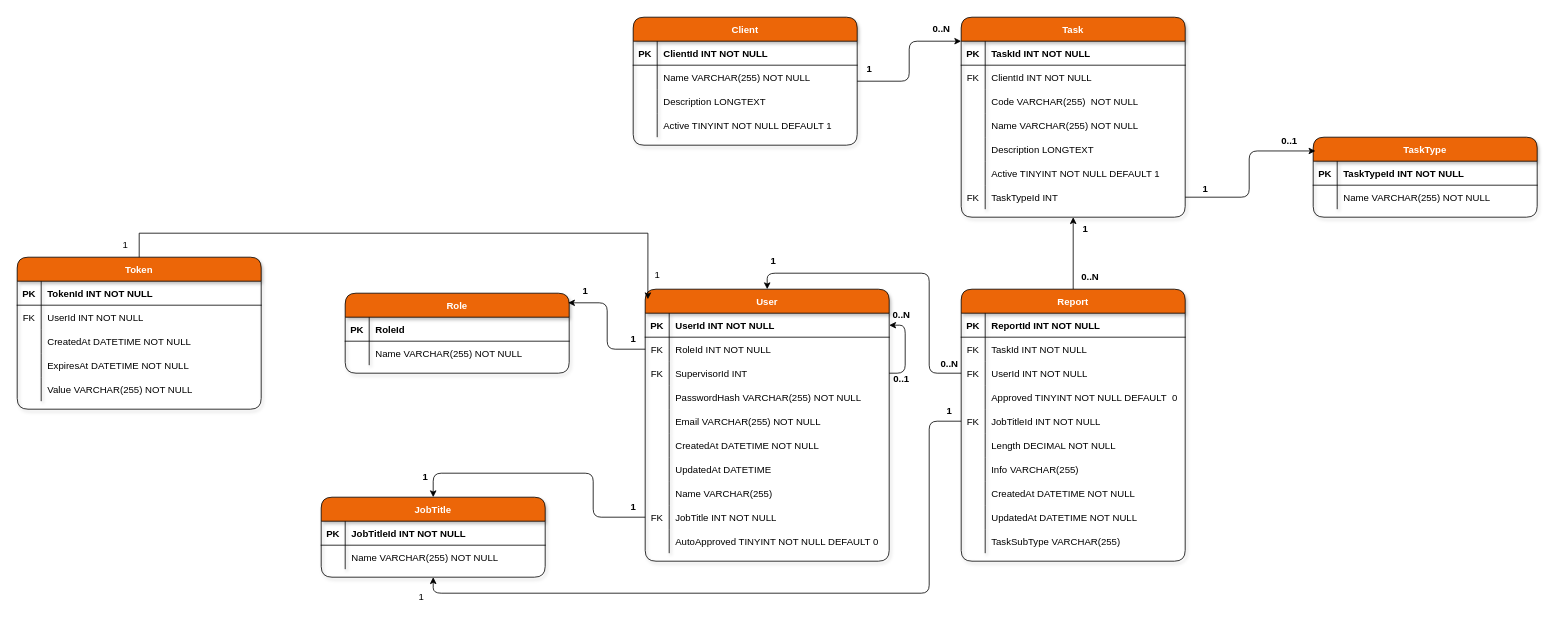
Before: Documentation/DatabaseScheme/vykazovnik_db_scheme.drawio in pslib-cz/MP2024-25_Kraus-Ivan_Navrh-a-tvorba-firemni-aplikace-pro-vykazy, a draw.io diagram. Source tidied: cells renumbered, new cells numbered last; positions are measured from the earlier drawing's top-left corner, leaving out a move shared by most shapes. Both pictures are drawn from the tidied source at 80%, with x=0, y=0 at pixel (17, 17).
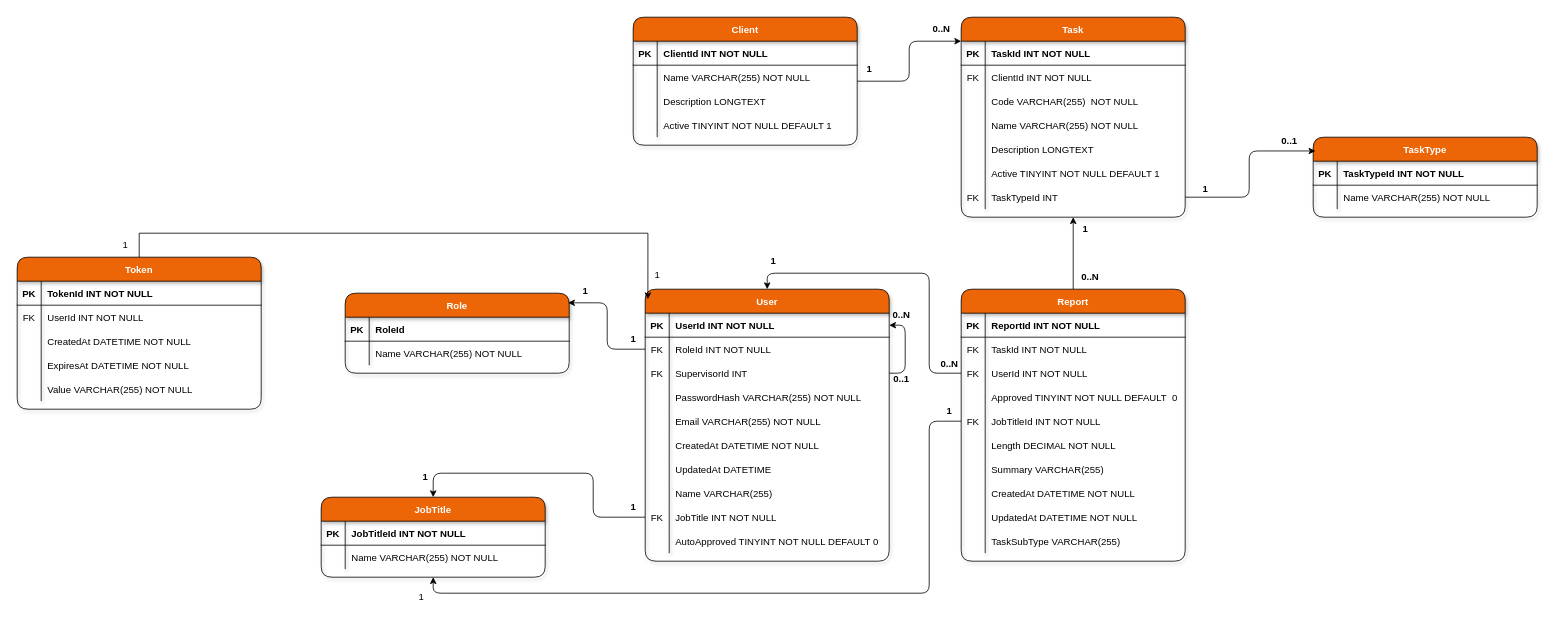
The same page after the edit.

The change refers to these unchanged cells:
```xml
<mxCell id="72" style="shape=partialRectangle;fillColor=none;top=0;left=0;right=0;bottom=0;rounded=1;" parent="53" vertex="1">
  <mxGeometry y="210" width="280" height="30" as="geometry" />
</mxCell>
```

Diff of the diagram source:
```diff
@@
-    <mxCell id="74" value="Info VARCHAR(255)" style="shape=partialRectangle;overflow=hidden;fillColor=none;top=0;left=0;bottom=0;right=0;align=left;spacingLeft=6;rounded=1;" parent="72" vertex="1">
+    <mxCell id="74" value="Summary VARCHAR(255)" style="shape=partialRectangle;overflow=hidden;fillColor=none;top=0;left=0;bottom=0;right=0;align=left;spacingLeft=6;rounded=1;" parent="72" vertex="1">
       <mxGeometry x="30" width="250" height="30" as="geometry" />
     </mxCell>
```
